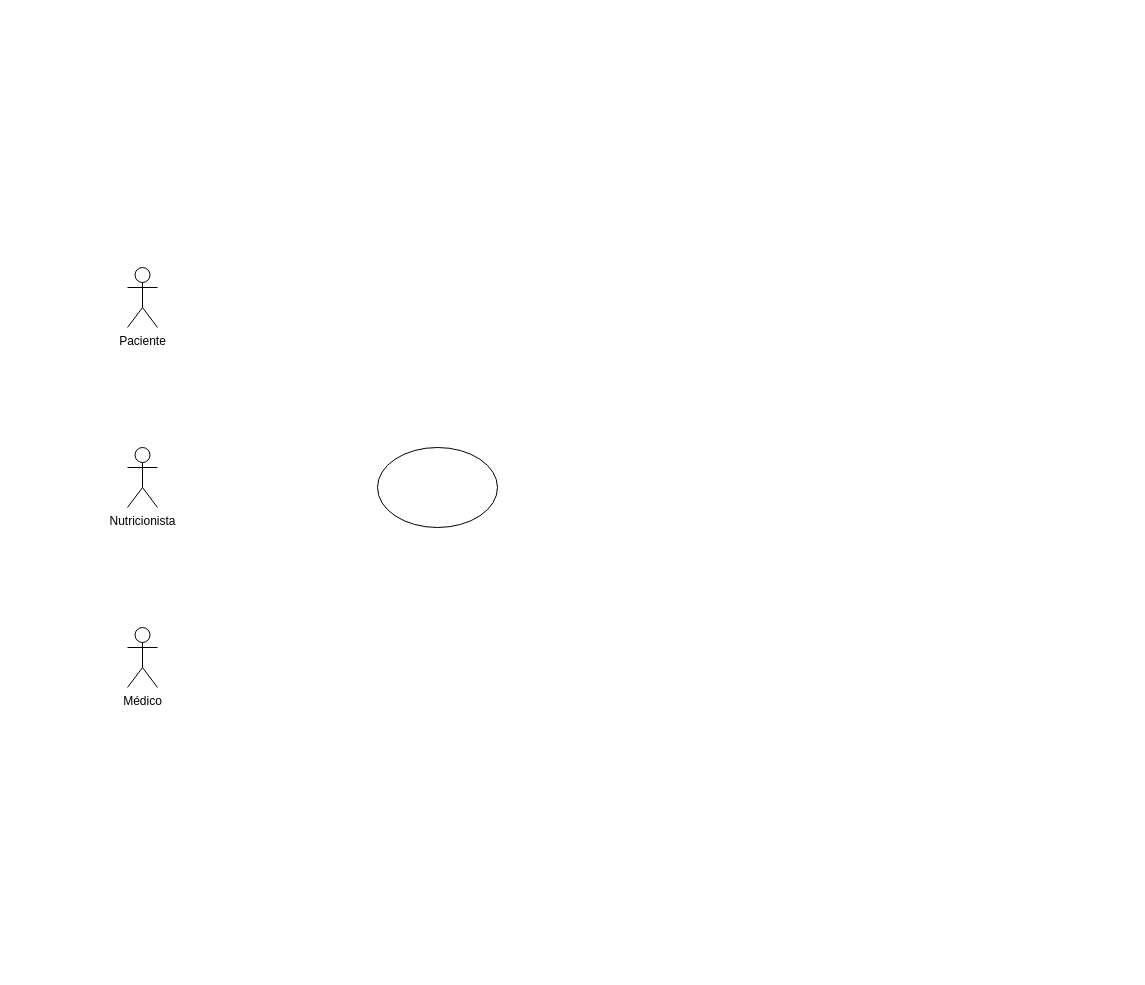
This is diagrama_de_casos_de_uso.drawio from GabrielSilvaRodrigues/delimeter_app, a draw.io file, before an edit. Source tidied: cells renumbered, new cells numbered last; positions are measured from the earlier drawing's top-left corner, leaving out a move shared by most shapes. Both pictures are drawn from the tidied source at 100%, with x=0, y=0 at pixel (127, 267).
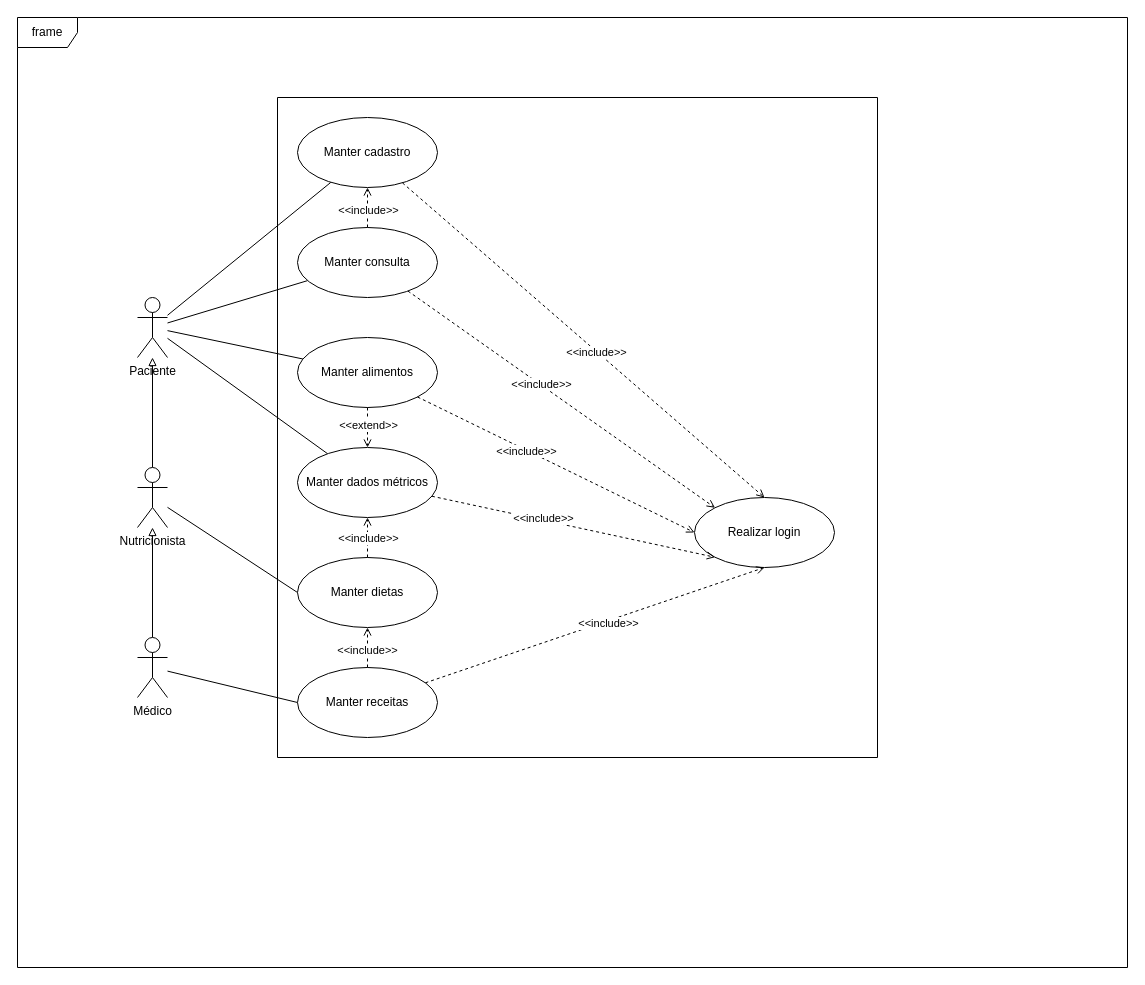
After the change.

Diff of the diagram source:
```diff
@@
+    <mxCell id="6" style="rounded=0;jettySize=auto;html=1;endArrow=none;startFill=0;" parent="1" edge="1" source="2" target="17">
+      <mxGeometry relative="1" as="geometry" />
+    </mxCell>
+    <mxCell id="7" style="rounded=0;jettySize=auto;html=1;endArrow=none;startFill=0;" parent="1" edge="1" source="2" target="20">
+      <mxGeometry relative="1" as="geometry" />
+    </mxCell>
+    <mxCell id="8" style="rounded=0;jettySize=auto;html=1;endArrow=none;startFill=0;" parent="1" edge="1" source="2" target="21">
+      <mxGeometry relative="1" as="geometry" />
+    </mxCell>
+    <mxCell id="9" style="rounded=0;jettySize=auto;html=1;endArrow=none;startFill=0;" parent="1" edge="1" source="2" target="16">
+      <mxGeometry relative="1" as="geometry" />
+    </mxCell>
-    <mxCell id="2" value="Paciente" style="shape=umlActor;verticalLabelPosition=bottom;verticalAlign=top;html=1;outlineConnect=0;" parent="1" vertex="1">
-      <mxGeometry width="30" height="60" as="geometry" />
+    <mxCell id="2" value="Paciente" style="shape=umlActor;verticalLabelPosition=bottom;verticalAlign=top;html=1;" parent="1" vertex="1">
+      <mxGeometry x="10" y="30" width="30" height="60" as="geometry" />
     </mxCell>
+    <mxCell id="10" style="edgeStyle=orthogonalEdgeStyle;rounded=0;jettySize=auto;html=1;endArrow=block;endFill=0;" parent="1" edge="1" source="4" target="2">
+      <mxGeometry relative="1" as="geometry" />
+    </mxCell>
+    <mxCell id="11" style="rounded=0;jettySize=auto;html=1;entryX=0;entryY=0.5;entryDx=0;entryDy=0;endArrow=none;startFill=0;" parent="1" edge="1" source="4" target="24">
+      <mxGeometry relative="1" as="geometry" />
+    </mxCell>
+    <mxCell id="4" value="Nutricionista" style="shape=umlActor;verticalLabelPosition=bottom;verticalAlign=top;html=1;" parent="1" vertex="1">
+      <mxGeometry x="10" y="200" width="30" height="60" as="geometry" />
+    </mxCell>
+    <mxCell id="12" style="edgeStyle=orthogonalEdgeStyle;rounded=0;jettySize=auto;html=1;endArrow=block;endFill=0;" parent="1" edge="1" source="3" target="4">
+      <mxGeometry relative="1" as="geometry" />
+    </mxCell>
+    <mxCell id="13" style="rounded=0;jettySize=auto;html=1;entryX=0;entryY=0.5;entryDx=0;entryDy=0;endArrow=none;startFill=0;" parent="1" edge="1" source="3" target="27">
+      <mxGeometry relative="1" as="geometry" />
+    </mxCell>
-    <mxCell id="3" value="Médico" style="shape=umlActor;verticalLabelPosition=bottom;verticalAlign=top;html=1;outlineConnect=0;" parent="1" vertex="1">
-      <mxGeometry y="360" width="30" height="60" as="geometry" />
+    <mxCell id="3" value="Médico" style="shape=umlActor;verticalLabelPosition=bottom;verticalAlign=top;html=1;" parent="1" vertex="1">
+      <mxGeometry x="10" y="370" width="30" height="60" as="geometry" />
     </mxCell>
-    <mxCell id="4" value="Nutricionista" style="shape=umlActor;verticalLabelPosition=bottom;verticalAlign=top;html=1;outlineConnect=0;" parent="1" vertex="1">
-      <mxGeometry y="180" width="30" height="60" as="geometry" />
-    </mxCell>
-    <mxCell id="5" style="ellipse;whiteSpace=wrap;html=1;" parent="1" vertex="1">
-      <mxGeometry x="250" y="180" width="120" height="80" as="geometry" />
-    </mxCell>
+    <mxCell id="14" value="frame" style="shape=umlFrame;whiteSpace=wrap;html=1;" parent="1" vertex="1">
+      <mxGeometry x="-110" y="-250" width="1110" height="950" as="geometry" />
+    </mxCell>
+    <mxCell id="15" style="swimlane;startSize=0;" parent="1" vertex="1">
+      <mxGeometry x="150" y="-170" width="600" height="660" as="geometry" />
+    </mxCell>
+    <mxCell id="16" value="Manter cadastro" style="ellipse;whiteSpace=wrap;html=1;" parent="15" vertex="1">
+      <mxGeometry x="20" y="20" width="140" height="70" as="geometry" />
+    </mxCell>
+    <mxCell id="17" value="Manter consulta" style="ellipse;whiteSpace=wrap;html=1;" parent="15" vertex="1">
+      <mxGeometry x="20" y="130" width="140" height="70" as="geometry" />
+    </mxCell>
+    <mxCell id="18" style="edgeStyle=orthogonalEdgeStyle;rounded=0;jettySize=auto;html=1;dashed=1;endArrow=open;endFill=0;exitX=0.5;exitY=0;exitDx=0;exitDy=0;" parent="15" edge="1" source="17" target="16">
+      <mxGeometry relative="1" as="geometry" />
+    </mxCell>
+    <mxCell id="19" value="&amp;lt;&amp;lt;include&amp;gt;&amp;gt;" style="edgeLabel;html=1;align=center;verticalAlign=middle;" parent="18" vertex="1">
+      <mxGeometry x="-0.1" relative="1" as="geometry" />
+    </mxCell>
+    <mxCell id="20" value="Manter alimentos" style="ellipse;whiteSpace=wrap;html=1;" parent="15" vertex="1">
+      <mxGeometry x="20" y="240" width="140" height="70" as="geometry" />
+    </mxCell>
+    <mxCell id="21" value="Manter dados métricos" style="ellipse;whiteSpace=wrap;html=1;" parent="15" vertex="1">
+      <mxGeometry x="20" y="350" width="140" height="70" as="geometry" />
+    </mxCell>
+    <mxCell id="22" style="edgeStyle=orthogonalEdgeStyle;rounded=0;jettySize=auto;html=1;dashed=1;endArrow=open;endFill=0;" parent="15" edge="1" source="20" target="21">
+      <mxGeometry relative="1" as="geometry" />
+    </mxCell>
+    <mxCell id="23" value="&amp;lt;&amp;lt;extend&amp;gt;&amp;gt;" style="edgeLabel;html=1;align=center;verticalAlign=middle;" parent="22" vertex="1">
+      <mxGeometry x="-0.13" relative="1" as="geometry" />
+    </mxCell>
+    <mxCell id="24" value="Manter dietas" style="ellipse;whiteSpace=wrap;html=1;" parent="15" vertex="1">
+      <mxGeometry x="20" y="460" width="140" height="70" as="geometry" />
+    </mxCell>
+    <mxCell id="25" style="edgeStyle=orthogonalEdgeStyle;rounded=0;jettySize=auto;html=1;endArrow=open;endFill=0;dashed=1;" parent="15" edge="1" source="24" target="21">
+      <mxGeometry relative="1" as="geometry" />
+    </mxCell>
+    <mxCell id="26" value="&amp;lt;&amp;lt;include&amp;gt;&amp;gt;" style="edgeLabel;html=1;align=center;verticalAlign=middle;" parent="25" vertex="1">
+      <mxGeometry x="-0.02" relative="1" as="geometry" />
+    </mxCell>
+    <mxCell id="27" value="Manter receitas" style="ellipse;whiteSpace=wrap;html=1;" parent="15" vertex="1">
+      <mxGeometry x="20" y="570" width="140" height="70" as="geometry" />
+    </mxCell>
+    <mxCell id="28" style="edgeStyle=orthogonalEdgeStyle;rounded=0;jettySize=auto;html=1;endArrow=open;endFill=0;dashed=1;" parent="15" edge="1" source="27" target="24">
+      <mxGeometry relative="1" as="geometry" />
+    </mxCell>
+    <mxCell id="29" value="&amp;lt;&amp;lt;include&amp;gt;&amp;gt;" style="edgeLabel;html=1;align=center;verticalAlign=middle;" parent="28" vertex="1">
+      <mxGeometry x="-0.09" y="1" relative="1" as="geometry" />
+    </mxCell>
+    <mxCell id="30" value="Realizar login" style="ellipse;whiteSpace=wrap;html=1;" parent="15" vertex="1">
+      <mxGeometry x="417" y="400" width="140" height="70" as="geometry" />
+    </mxCell>
+    <mxCell id="31" style="rounded=0;jettySize=auto;html=1;entryX=0;entryY=0.5;entryDx=0;entryDy=0;dashed=1;endArrow=open;endFill=0;" parent="15" edge="1" source="20" target="30">
+      <mxGeometry relative="1" as="geometry" />
+    </mxCell>
+    <mxCell id="32" value="&amp;lt;&amp;lt;include&amp;gt;&amp;gt;" style="edgeLabel;html=1;align=center;verticalAlign=middle;" parent="31" vertex="1">
+      <mxGeometry x="-0.21" y="-1" relative="1" as="geometry">
+        <mxPoint x="-1" as="offset" />
+      </mxGeometry>
+    </mxCell>
+    <mxCell id="33" style="rounded=0;jettySize=auto;html=1;entryX=0.5;entryY=1;entryDx=0;entryDy=0;dashed=1;endArrow=open;endFill=0;" parent="15" edge="1" source="27" target="30">
+      <mxGeometry relative="1" as="geometry" />
+    </mxCell>
+    <mxCell id="34" value="&amp;lt;&amp;lt;include&amp;gt;&amp;gt;" style="edgeLabel;html=1;align=center;verticalAlign=middle;" parent="33" vertex="1">
+      <mxGeometry x="0.07" y="-2" relative="1" as="geometry" />
+    </mxCell>
+    <mxCell id="35" style="rounded=0;jettySize=auto;html=1;entryX=0;entryY=1;entryDx=0;entryDy=0;dashed=1;endArrow=open;endFill=0;" parent="15" edge="1" source="21" target="30">
+      <mxGeometry relative="1" as="geometry" />
+    </mxCell>
+    <mxCell id="36" value="&amp;lt;&amp;lt;include&amp;gt;&amp;gt;" style="edgeLabel;html=1;align=center;verticalAlign=middle;" parent="35" vertex="1">
+      <mxGeometry x="-0.21" y="2" relative="1" as="geometry">
+        <mxPoint x="-1" as="offset" />
+      </mxGeometry>
+    </mxCell>
+    <mxCell id="37" style="rounded=0;jettySize=auto;html=1;entryX=0;entryY=0;entryDx=0;entryDy=0;dashed=1;endArrow=open;endFill=0;" parent="15" edge="1" source="17" target="30">
+      <mxGeometry relative="1" as="geometry" />
+    </mxCell>
+    <mxCell id="38" value="&amp;lt;&amp;lt;include&amp;gt;&amp;gt;" style="edgeLabel;html=1;align=center;verticalAlign=middle;" parent="37" vertex="1">
+      <mxGeometry x="-0.14" relative="1" as="geometry">
+        <mxPoint x="1" as="offset" />
+      </mxGeometry>
+    </mxCell>
+    <mxCell id="39" style="rounded=0;jettySize=auto;html=1;entryX=0.5;entryY=0;entryDx=0;entryDy=0;endArrow=open;endFill=0;dashed=1;" parent="15" edge="1" source="16" target="30">
+      <mxGeometry relative="1" as="geometry" />
+    </mxCell>
+    <mxCell id="40" value="&amp;lt;&amp;lt;include&amp;gt;&amp;gt;" style="edgeLabel;html=1;align=center;verticalAlign=middle;" parent="39" vertex="1">
+      <mxGeometry x="0.07" y="-1" relative="1" as="geometry" />
+    </mxCell>
```
